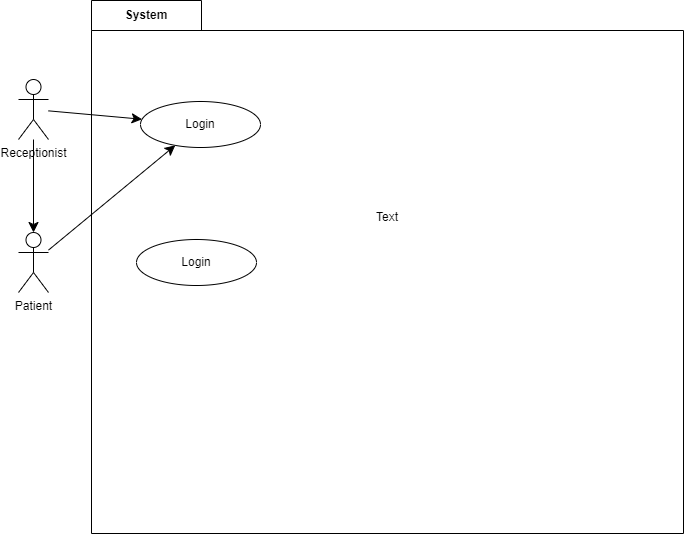
Earlier version of the draw.io export UseCaseDiagram.drawio.png (SENG-350-2024-fall/Team5). Source tidied: cells renumbered, new cells last; positions are measured from the earlier drawing's top-left corner, leaving out a move shared by most shapes.
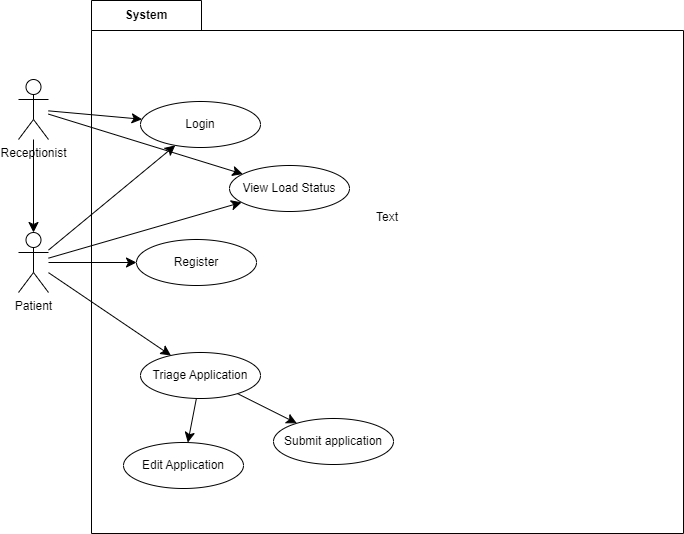
Later version of the same file.

Change to the diagram source:
```diff
@@ -13,6 +13,15 @@
     <mxCell id="4" style="edgeStyle=none;curved=1;rounded=0;jettySize=auto;html=1;fontSize=12;startSize=8;endSize=8;" parent="1" edge="1" source="5" target="9">
       <mxGeometry relative="1" as="geometry" />
     </mxCell>
+    <mxCell id="11" style="edgeStyle=none;curved=1;rounded=0;jettySize=auto;html=1;fontSize=12;startSize=8;endSize=8;" parent="1" edge="1" source="5" target="10">
+      <mxGeometry relative="1" as="geometry" />
+    </mxCell>
+    <mxCell id="12" style="edgeStyle=none;curved=1;rounded=0;jettySize=auto;html=1;fontSize=12;startSize=8;endSize=8;" parent="1" edge="1" source="5" target="17">
+      <mxGeometry relative="1" as="geometry" />
+    </mxCell>
+    <mxCell id="13" style="edgeStyle=none;curved=1;rounded=0;jettySize=auto;html=1;fontSize=12;startSize=8;endSize=8;" parent="1" edge="1" source="5" target="20">
+      <mxGeometry relative="1" as="geometry" />
+    </mxCell>
     <mxCell id="5" value="Patient&lt;div&gt;&lt;br&gt;&lt;/div&gt;" style="shape=umlActor;verticalLabelPosition=bottom;verticalAlign=top;html=1;outlineConnect=0;" parent="1" vertex="1">
       <mxGeometry y="232" width="30" height="60" as="geometry" />
     </mxCell>
@@ -22,14 +31,35 @@
     <mxCell id="7" style="edgeStyle=none;curved=1;rounded=0;jettySize=auto;html=1;fontSize=12;startSize=8;endSize=8;" parent="1" edge="1" source="8" target="5">
       <mxGeometry relative="1" as="geometry" />
     </mxCell>
+    <mxCell id="14" style="edgeStyle=none;curved=1;rounded=0;jettySize=auto;html=1;fontSize=12;startSize=8;endSize=8;" parent="1" edge="1" source="8" target="20">
+      <mxGeometry relative="1" as="geometry" />
+    </mxCell>
     <mxCell id="8" value="&lt;div&gt;Receptionist&lt;/div&gt;" style="shape=umlActor;verticalLabelPosition=bottom;verticalAlign=top;html=1;outlineConnect=0;" parent="1" vertex="1">
       <mxGeometry y="79" width="30" height="60" as="geometry" />
     </mxCell>
     <mxCell id="9" value="Login" style="ellipse;whiteSpace=wrap;html=1;" parent="1" vertex="1">
       <mxGeometry x="122" y="101" width="120" height="46" as="geometry" />
     </mxCell>
-    <mxCell id="10" value="Login" style="ellipse;whiteSpace=wrap;html=1;" parent="1" vertex="1">
+    <mxCell id="10" value="Register" style="ellipse;whiteSpace=wrap;html=1;" parent="1" vertex="1">
       <mxGeometry x="118" y="239" width="120" height="46" as="geometry" />
     </mxCell>
+    <mxCell id="15" style="edgeStyle=none;curved=1;rounded=0;jettySize=auto;html=1;fontSize=12;startSize=8;endSize=8;" parent="1" edge="1" source="17" target="19">
+      <mxGeometry relative="1" as="geometry" />
+    </mxCell>
+    <mxCell id="16" style="edgeStyle=none;curved=1;rounded=0;jettySize=auto;html=1;fontSize=12;startSize=8;endSize=8;" parent="1" edge="1" source="17" target="18">
+      <mxGeometry relative="1" as="geometry" />
+    </mxCell>
+    <mxCell id="17" value="Triage Application" style="ellipse;whiteSpace=wrap;html=1;" parent="1" vertex="1">
+      <mxGeometry x="122" y="352" width="120" height="46" as="geometry" />
+    </mxCell>
+    <mxCell id="18" value="Edit Application" style="ellipse;whiteSpace=wrap;html=1;" parent="1" vertex="1">
+      <mxGeometry x="105" y="442" width="120" height="46" as="geometry" />
+    </mxCell>
+    <mxCell id="19" value="Submit application" style="ellipse;whiteSpace=wrap;html=1;" parent="1" vertex="1">
+      <mxGeometry x="255" y="418" width="120" height="46" as="geometry" />
+    </mxCell>
+    <mxCell id="20" value="View Load Status" style="ellipse;whiteSpace=wrap;html=1;" parent="1" vertex="1">
+      <mxGeometry x="211" y="165" width="120" height="46" as="geometry" />
+    </mxCell>
   </root>
 </mxGraphModel>
```
